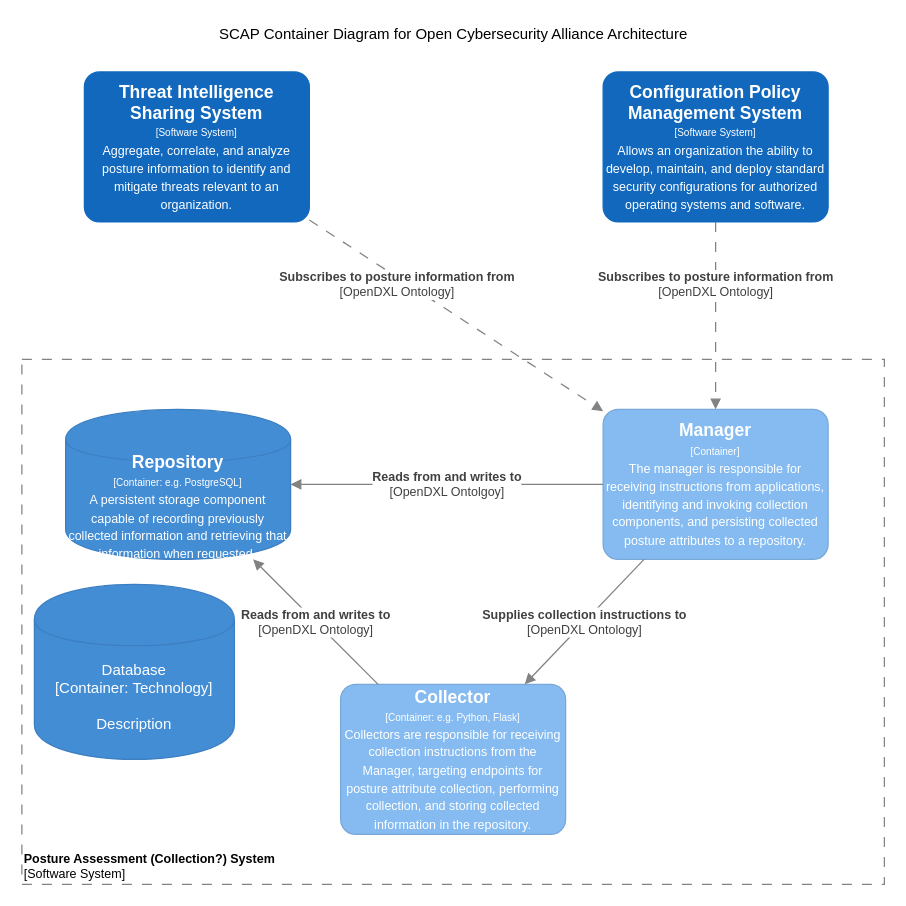
The draw.io diagram page "SCAP Container Diagram" (2 of 4) of Architecture Documents/oca-c4-architecture.drawio in opencybersecurityalliance/documentation, before the edit. Source tidied: cells renumbered, new cells numbered last; positions are measured from the earlier drawing's top-left corner, leaving out a move shared by most shapes. Both pictures are drawn from the tidied source at 125%, with x=0, y=0 at pixel (21, 21).
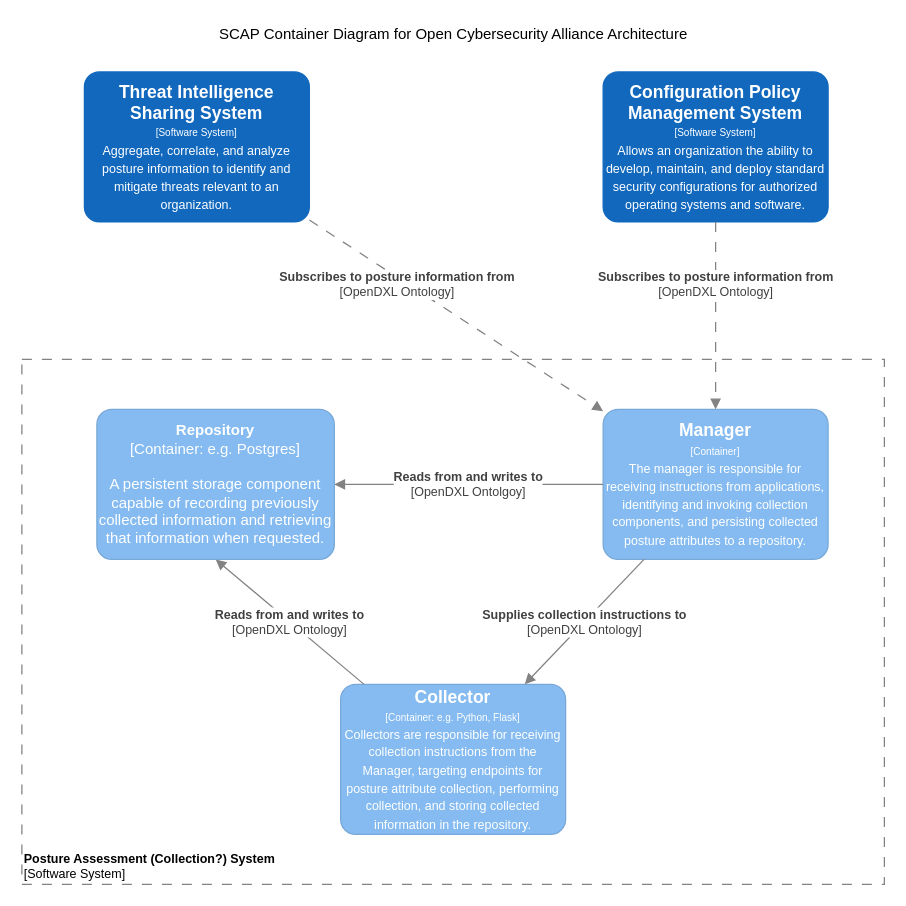
Above is the later version.

Commit message (it also covers changes not shown here):
Clean up SCAP Repository

What changed in the source:
```diff
@@
 <mxGraphModel>
   <root>
     <mxCell id="0" />
     <mxCell id="1" parent="0" />
     <mxCell id="2" value="&lt;font style=&quot;font-size: 10px&quot;&gt;&lt;b&gt;Posture Assessment (Collection?) System&lt;/b&gt;&lt;br style=&quot;font-size: 10px&quot;&gt;[Software System]&lt;/font&gt;" style="rounded=0;whiteSpace=wrap;html=1;strokeColor=#828282;fillColor=none;fontColor=#000000;align=left;labelPosition=center;verticalLabelPosition=middle;verticalAlign=bottom;dashed=1;strokeWidth=1;perimeterSpacing=0;spacing=2;spacingTop=0;fontSize=10;dashPattern=8 8;" parent="1" vertex="1">
       <mxGeometry y="270" width="690" height="420" as="geometry" />
     </mxCell>
     <mxCell id="3" value="&lt;div&gt;&lt;span style=&quot;font-size: 14px&quot;&gt;&lt;b&gt;Manager&lt;/b&gt;&lt;/span&gt;&lt;/div&gt;&lt;div&gt;&lt;span style=&quot;font-size: 8px&quot;&gt;[Container]&lt;/span&gt;&lt;/div&gt;&lt;div&gt;&lt;font size=&quot;1&quot;&gt;The manager is responsible for receiving instructions from applications, identifying and invoking collection components, and persisting collected posture attributes to a repository.&lt;/font&gt;&lt;/div&gt;" style="rounded=1;whiteSpace=wrap;html=1;fillColor=#85BBF0;fontColor=#ffffff;strokeColor=#78A8D8;arcSize=10;" parent="1" vertex="1">
       <mxGeometry x="465" y="310" width="180" height="120" as="geometry" />
     </mxCell>
     <object id="4" label="&lt;div&gt;&lt;span style=&quot;font-size: 14px&quot;&gt;&lt;b&gt;Collector&lt;/b&gt;&lt;/span&gt;&lt;/div&gt;&lt;div&gt;&lt;span style=&quot;font-size: 8px&quot;&gt;[Container: %technology%]&lt;/span&gt;&lt;br&gt;&lt;/div&gt;&lt;div&gt;&lt;span style=&quot;font-size: x-small&quot;&gt;Collectors are responsible for receiving collection instructions from the Manager, targeting endpoints for posture attribute collection, performing collection, and storing collected information in the repository.&lt;/span&gt;&lt;br&gt;&lt;/div&gt;" placeholders="1" technology="e.g. Python, Flask">
       <mxCell style="rounded=1;whiteSpace=wrap;html=1;fillColor=#85BBF0;fontColor=#ffffff;strokeColor=#78A8D8;arcSize=10;" parent="1" vertex="1">
         <mxGeometry x="255" y="530" width="180" height="120" as="geometry" />
       </mxCell>
     </object>
-    <object id="5" label="&lt;div style=&quot;color: rgb(255 , 255 , 255) ; white-space: normal&quot;&gt;&lt;span style=&quot;font-size: 14px&quot;&gt;&lt;b&gt;Repository&lt;/b&gt;&lt;/span&gt;&lt;/div&gt;&lt;div style=&quot;color: rgb(255 , 255 , 255) ; white-space: normal&quot;&gt;&lt;span style=&quot;font-size: 8px&quot;&gt;[Container: %technology%]&lt;/span&gt;&lt;/div&gt;&lt;div style=&quot;color: rgb(255 , 255 , 255) ; white-space: normal&quot;&gt;&lt;font style=&quot;font-size: 10px&quot;&gt;A persistent storage component capable of recording previously collected information and retrieving that information when requested&lt;/font&gt;&lt;span style=&quot;font-size: 11px&quot;&gt;.&lt;/span&gt;&lt;/div&gt;" placeholders="1" technology="e.g. PostgreSQL">
-      <mxCell style="shape=cylinder;whiteSpace=wrap;html=1;boundedLbl=1;backgroundOutline=1;strokeColor=#3C7FC0;fillColor=#438DD5;fontSize=12;fontColor=#ffffff;align=center;rounded=0;" parent="1" vertex="1">
-        <mxGeometry x="35" y="310" width="180" height="120" as="geometry" />
-      </mxCell>
-    </object>
     <mxCell id="6" value="&lt;span style=&quot;font-size: 10px&quot;&gt;&lt;b&gt;Supplies collection instructions to&lt;br&gt;&lt;/b&gt;[OpenDXL Ontology]&lt;br&gt;&lt;/span&gt;" style="endArrow=block;html=1;fontSize=10;fontColor=#404040;strokeWidth=1;endFill=1;strokeColor=#828282;elbow=vertical;" parent="1" edge="1" source="3" target="4">
       <mxGeometry relative="1" as="geometry" />
     </mxCell>
-    <mxCell id="7" value="&lt;span style=&quot;font-size: 10px&quot;&gt;&lt;b&gt;Reads from and writes to&lt;br&gt;&lt;/b&gt;[OpenDXL Ontology]&lt;br&gt;&lt;/span&gt;" style="endArrow=block;html=1;fontSize=10;fontColor=#404040;strokeWidth=1;endFill=1;strokeColor=#828282;elbow=vertical;" parent="1" edge="1" source="4" target="5">
+    <mxCell id="7" value="&lt;span style=&quot;font-size: 10px&quot;&gt;&lt;b&gt;Reads from and writes to&lt;br&gt;&lt;/b&gt;[OpenDXL Ontology]&lt;br&gt;&lt;/span&gt;" style="endArrow=block;html=1;fontSize=10;fontColor=#404040;strokeWidth=1;endFill=1;strokeColor=#828282;elbow=vertical;entryX=0.5;entryY=1;entryDx=0;entryDy=0;entryPerimeter=0;" parent="1" edge="1" source="4" target="15">
       <mxGeometry relative="1" as="geometry" />
     </mxCell>
-    <mxCell id="8" value="&lt;span style=&quot;font-size: 10px&quot;&gt;&lt;b&gt;Reads from and writes to&lt;/b&gt;&lt;br&gt;[OpenDXL Ontolgoy]&lt;br&gt;&lt;/span&gt;" style="endArrow=block;html=1;fontSize=10;fontColor=#404040;strokeWidth=1;endFill=1;strokeColor=#828282;elbow=vertical;entryX=1;entryY=0.5;entryDx=0;entryDy=0;" parent="1" edge="1" source="3" target="5">
+    <mxCell id="8" value="&lt;span style=&quot;font-size: 10px&quot;&gt;&lt;b&gt;Reads from and writes to&lt;/b&gt;&lt;br&gt;[OpenDXL Ontolgoy]&lt;br&gt;&lt;/span&gt;" style="endArrow=block;html=1;fontSize=10;fontColor=#404040;strokeWidth=1;endFill=1;strokeColor=#828282;elbow=vertical;" parent="1" edge="1" source="3" target="15">
       <mxGeometry relative="1" as="geometry" />
     </mxCell>
     <mxCell id="9" value="&lt;div&gt;&lt;span style=&quot;font-size: 14px&quot;&gt;&lt;b&gt;Threat Intelligence Sharing System&lt;/b&gt;&lt;/span&gt;&lt;/div&gt;&lt;div&gt;&lt;span style=&quot;font-size: 8px&quot;&gt;[Software System]&lt;/span&gt;&lt;/div&gt;&lt;div&gt;&lt;font style=&quot;font-size: 10px&quot;&gt;Aggregate, correlate, and analyze posture information to identify and mitigate threats relevant to an organization.&lt;/font&gt;&lt;br&gt;&lt;/div&gt;" style="rounded=1;whiteSpace=wrap;html=1;fillColor=#1168BD;fontColor=#ffffff;strokeColor=#1168BD;arcSize=10;" parent="1" vertex="1">
       <mxGeometry x="50" y="40" width="180" height="120" as="geometry" />
     </mxCell>
     <mxCell id="10" value="&lt;b&gt;Subscribes to posture information from&lt;/b&gt;&lt;br style=&quot;font-size: 10px&quot;&gt;[OpenDXL Ontology]" style="endArrow=block;html=1;fontSize=10;fontColor=#404040;strokeWidth=1;endFill=1;dashed=1;dashPattern=8 8;strokeColor=#828282;elbow=vertical;" parent="1" edge="1" source="9" target="3">
       <mxGeometry x="-0.38" y="-5" relative="1" as="geometry" />
     </mxCell>
     <mxCell id="11" value="&lt;div&gt;&lt;span style=&quot;font-size: 14px&quot;&gt;&lt;b&gt;Configuration Policy Management System&lt;/b&gt;&lt;/span&gt;&lt;/div&gt;&lt;div&gt;&lt;span style=&quot;font-size: 8px&quot;&gt;[Software System]&lt;/span&gt;&lt;/div&gt;&lt;div&gt;&lt;span style=&quot;font-size: x-small&quot;&gt;Allows an organization the ability to develop, maintain, and deploy standard security configurations for authorized operating systems and software.&lt;/span&gt;&lt;br&gt;&lt;/div&gt;" style="rounded=1;whiteSpace=wrap;html=1;fillColor=#1168BD;fontColor=#ffffff;strokeColor=#1168BD;arcSize=10;" parent="1" vertex="1">
       <mxGeometry x="465" y="40" width="180" height="120" as="geometry" />
     </mxCell>
     <mxCell id="12" value="&lt;b&gt;Subscribes to posture information from&lt;/b&gt;&lt;br style=&quot;font-size: 10px&quot;&gt;[OpenDXL Ontology]" style="endArrow=block;html=1;fontSize=10;fontColor=#404040;strokeWidth=1;endFill=1;dashed=1;dashPattern=8 8;strokeColor=#828282;elbow=vertical;" parent="1" edge="1" source="11" target="3">
       <mxGeometry x="-0.33" relative="1" as="geometry" />
     </mxCell>
     <mxCell id="13" value="SCAP Container Diagram for Open Cybersecurity Alliance Architecture" style="text;html=1;align=center;verticalAlign=middle;" parent="1" vertex="1">
       <mxGeometry x="150" width="390" height="20" as="geometry" />
     </mxCell>
-    <object id="14" label="%c4Type%&lt;div&gt;[Container:&amp;nbsp;%c4Technology%]&lt;/div&gt;&lt;br&gt;&lt;div&gt;%c4Description%&lt;/div&gt;" c4Description="Description" c4Technology="Technology" c4Type="Database" placeholders="1">
-      <mxCell style="shape=cylinder;whiteSpace=wrap;html=1;boundedLbl=1;rounded=0;labelBackgroundColor=none;fillColor=#438DD5;fontSize=12;fontColor=#ffffff;align=center;strokeColor=#3C7FC0;metaData={&quot;c4Type&quot;:{&quot;editable&quot;:false}};" parent="1" vertex="1">
-        <mxGeometry x="10" y="450" width="160" height="140" as="geometry" />
-      </mxCell>
-    </object>
+    <object id="15" label="&lt;b&gt;%c4Name%&lt;/b&gt;&lt;div&gt;[%c4Type%: %c4Technology%]&lt;/div&gt;&lt;br&gt;&lt;div&gt;%c4Description%&lt;/div&gt;" c4Description="A persistent storage component capable of recording previously collected information and retrieving that information when requested." c4Name="Repository" c4Technology="e.g. Postgres" c4Type="Container" placeholders="1">
+      <mxCell style="rounded=1;whiteSpace=wrap;html=1;labelBackgroundColor=none;fillColor=#85BBF0;fontColor=#ffffff;align=center;arcSize=10;strokeColor=#78A8D8;metaData={&quot;c4Type&quot;:{&quot;editable&quot;:false}};points=[[0.25,0,0],[0.5,0,0],[0.75,0,0],[1,0.25,0],[1,0.5,0],[1,0.75,0],[0.75,1,0],[0.5,1,0],[0.25,1,0],[0,0.75,0],[0,0.5,0],[0,0.25,0]];" parent="1" vertex="1">
+        <mxGeometry x="60" y="310" width="190" height="120" as="geometry" />
+      </mxCell>
+    </object>
   </root>
 </mxGraphModel>
```
